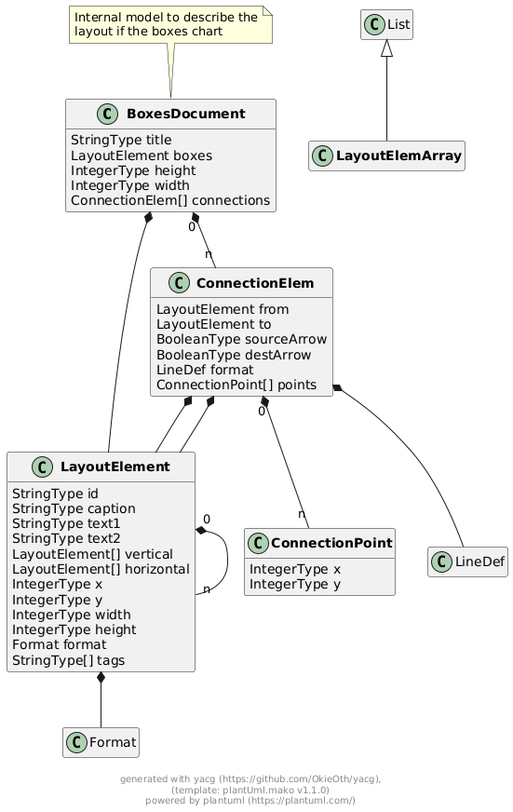
Earlier version of the PlantUML export docs/models/png/boxes_document.png (OkieOth/draw.chart.things).
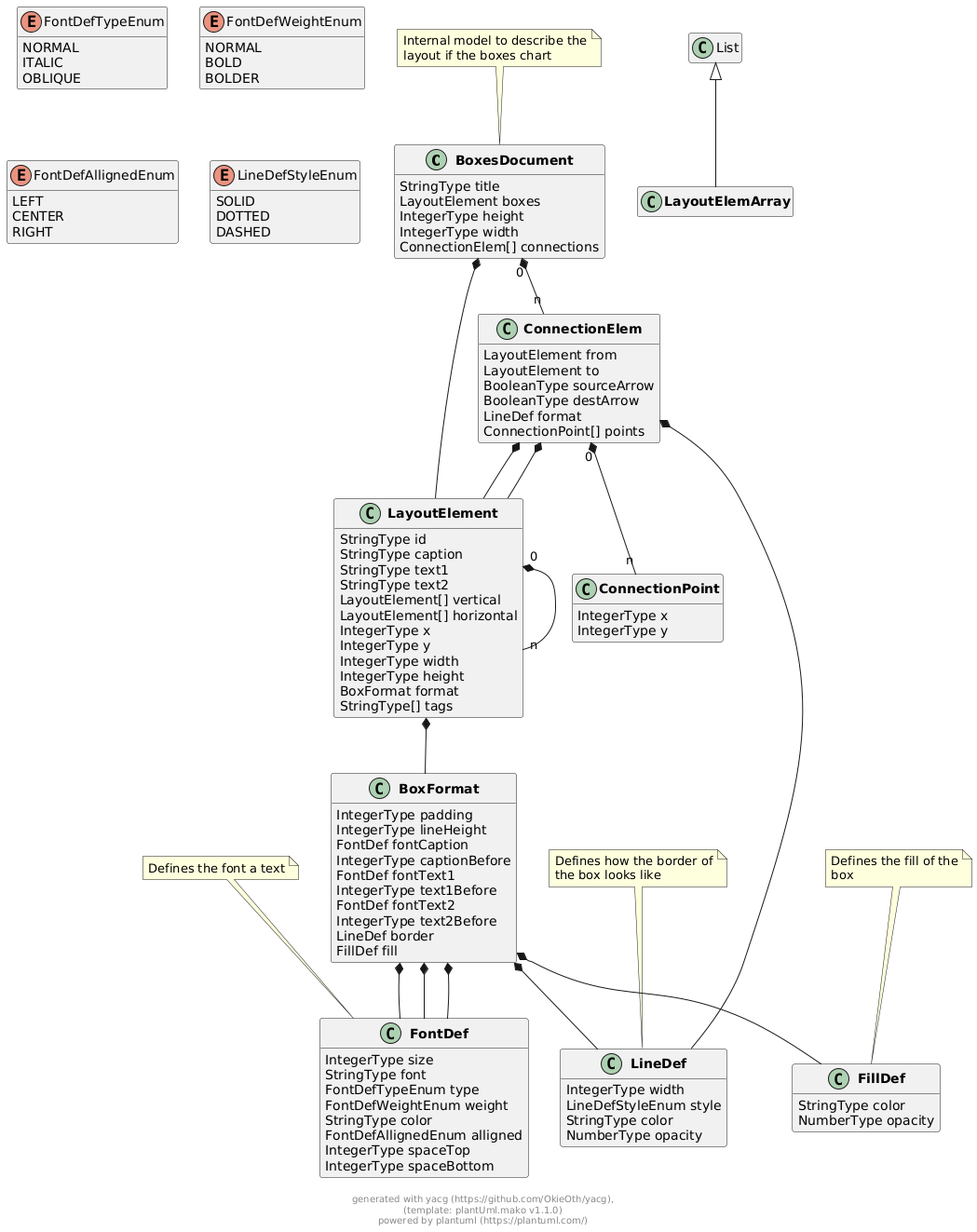
After the change.

Commit message:
separate format base types for easier initialization of layout elements

Diff of the diagram source:
```diff
@@ -25,7 +25,7 @@
         IntegerType y
         IntegerType width
         IntegerType height
-        Format format
+        BoxFormat format
         StringType[] tags
 }
 
@@ -45,10 +45,81 @@
 class "**LayoutElemArray**" as LayoutElemArray extends List {
 }
 
+class "**BoxFormat**" as BoxFormat {
+        IntegerType padding
+        IntegerType lineHeight
+        FontDef fontCaption
+        IntegerType captionBefore
+        FontDef fontText1
+        IntegerType text1Before
+        FontDef fontText2
+        IntegerType text2Before
+        LineDef border
+        FillDef fill
+}
+
+
+
 class "**ConnectionPoint**" as ConnectionPoint {
         IntegerType x
         IntegerType y
 }
+
+
+
+class "**FontDef**" as FontDef {
+        IntegerType size
+        StringType font
+        FontDefTypeEnum type
+        FontDefWeightEnum weight
+        StringType color
+        FontDefAllignedEnum alligned
+        IntegerType spaceTop
+        IntegerType spaceBottom
+}
+note top: Defines the font a text
+
+
+
+enum "FontDefTypeEnum" as FontDefTypeEnum {
+    NORMAL
+    ITALIC
+    OBLIQUE
+}
+
+enum "FontDefWeightEnum" as FontDefWeightEnum {
+    NORMAL
+    BOLD
+    BOLDER
+}
+
+enum "FontDefAllignedEnum" as FontDefAllignedEnum {
+    LEFT
+    CENTER
+    RIGHT
+}
+
+class "**LineDef**" as LineDef {
+        IntegerType width
+        LineDefStyleEnum style
+        StringType color
+        NumberType opacity
+}
+note top: Defines how the border of\nthe box looks like
+
+
+
+enum "LineDefStyleEnum" as LineDefStyleEnum {
+    SOLID
+    DOTTED
+    DASHED
+}
+
+class "**FillDef**" as FillDef {
+        StringType color
+        NumberType opacity
+}
+note top: Defines the fill of the\nbox
 
 
 
@@ -73,7 +144,7 @@
 
 
 
-LayoutElement  *--  Format
+LayoutElement  *--  BoxFormat
 
 
 
@@ -91,6 +162,43 @@
 
 
 
+BoxFormat  *--  FontDef
+
+
+BoxFormat  *--  FontDef
+
+
+BoxFormat  *--  FontDef
+
+
+BoxFormat  *--  LineDef
+
+BoxFormat  *--  FillDef
+
+
+
+
+
+
+
+
+
+
+
+
+
+
+
+
+
+
+
+
+
+
+
+
+
 
 footer \ngenerated with yacg (https://github.com/OkieOth/yacg),\n(template: plantUml.mako v1.1.0)\npowered by plantuml (https://plantuml.com/)
 @enduml
```
